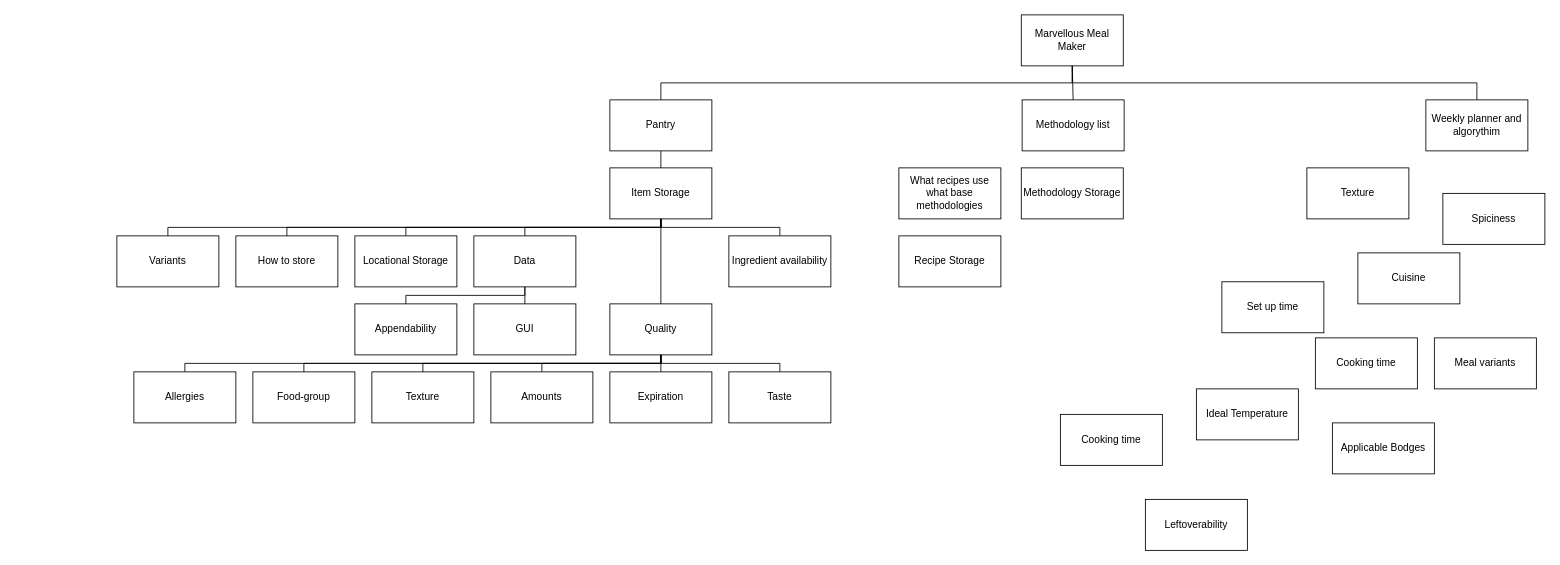
Earlier version of the draw.io diagram Marvellous Meal Maker.drawio (JessHorserage/Marvellous-Meal-Maker). Source tidied: cells renumbered, new cells numbered last; positions are measured from the earlier drawing's top-left corner, leaving out a move shared by most shapes. Both pictures are drawn from the tidied source at 85%, with x=0, y=0 at pixel (116, 14).
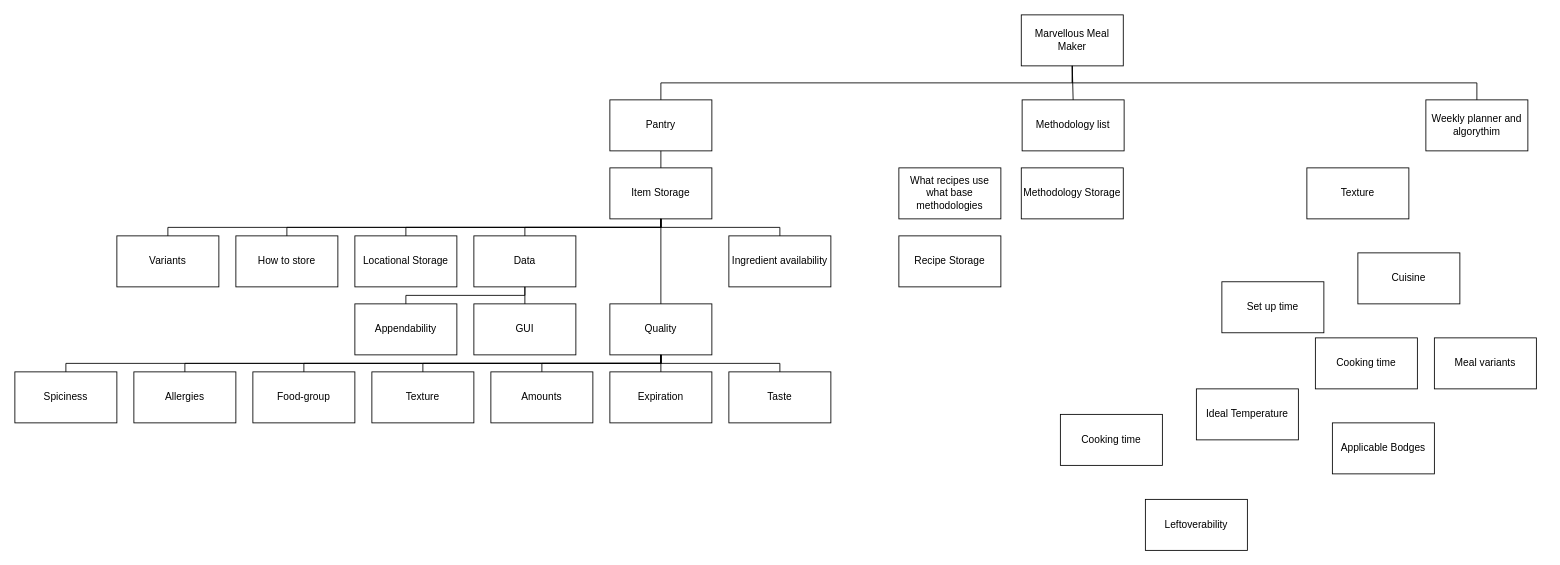
The same diagram, later.

Unchanged cells that the change refers to:
```xml
<mxCell id="19" value="Quality" style="rounded=0;whiteSpace=wrap;html=1;" parent="1" vertex="1">
  <mxGeometry x="580" y="340" width="120" height="60" as="geometry" />
</mxCell>
```

Change to the diagram source:
```diff
@@
     <mxCell id="46" value="Spiciness" style="rounded=0;whiteSpace=wrap;html=1;" parent="1" vertex="1">
-      <mxGeometry x="1560" y="210" width="120" height="60" as="geometry" />
+      <mxGeometry x="-120" y="420" width="120" height="60" as="geometry" />
     </mxCell>
@@
+    <mxCell id="52" style="endArrow=none;html=1;rounded=0;exitX=0.5;exitY=1;exitDx=0;exitDy=0;entryX=0.5;entryY=0;entryDx=0;entryDy=0;" parent="1" edge="1" source="19" target="46">
+      <mxGeometry relative="1" as="geometry">
+        <Array as="points">
+          <mxPoint x="640" y="410" />
+          <mxPoint x="-60" y="410" />
+        </Array>
+      </mxGeometry>
+    </mxCell>
```
